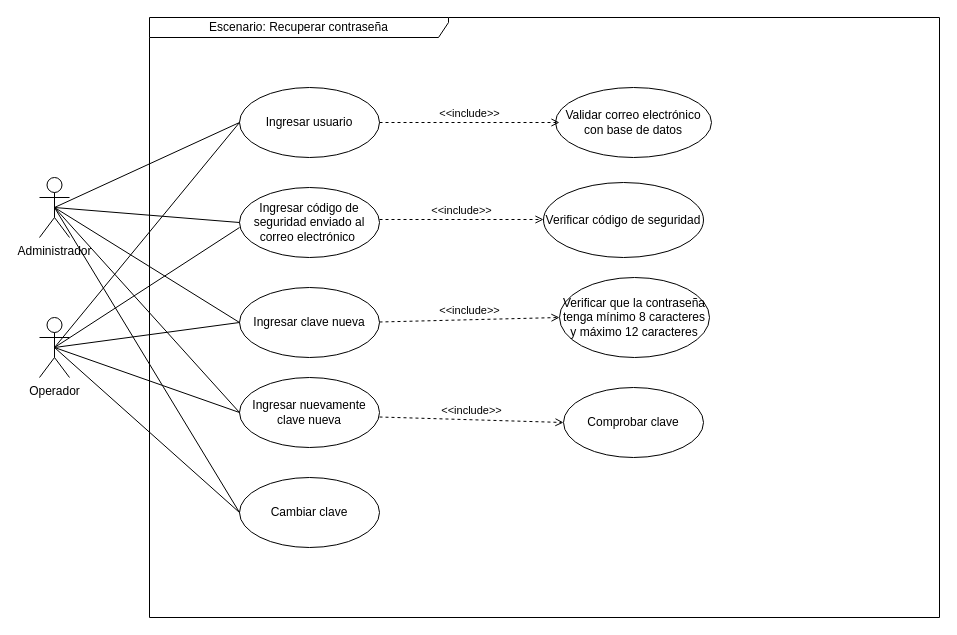
Before: page "Recuperar clave" (16 of 16) of documentacion/Untitled Diagram.drawio in nicasop/PROYECTO_INTEGRADOR_P58, a draw.io diagram. Source tidied: cells renumbered, new cells numbered last; positions are measured from the earlier drawing's top-left corner, leaving out a move shared by most shapes. Both pictures are drawn from the tidied source at 100%, with x=0, y=0 at pixel (39, 17).
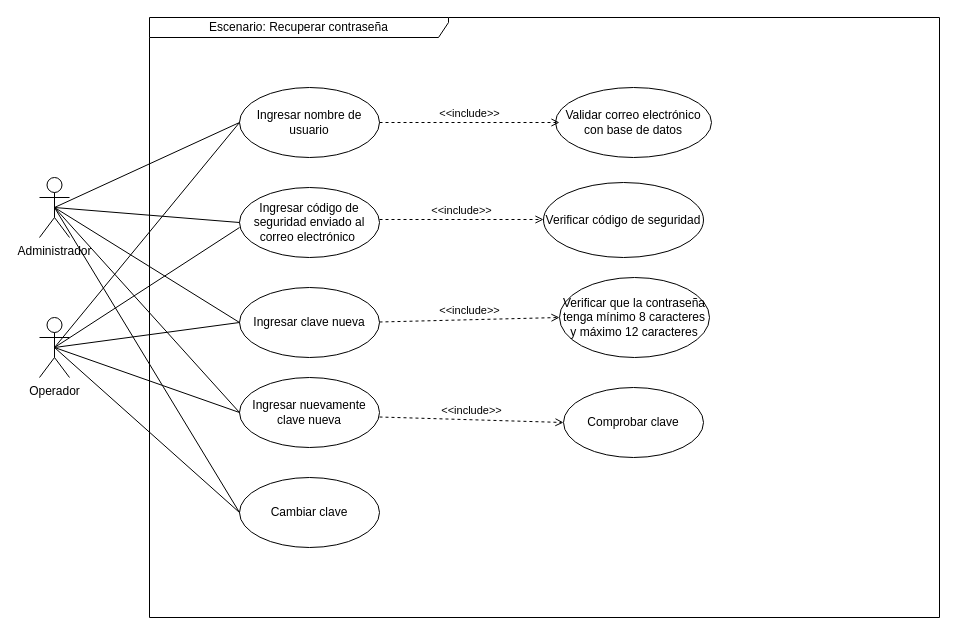
Above is the later version.

Commit message:
Diagrama de Casos Especifico.drawio

The edit, as a diff of the source:
```diff
@@
-    <mxCell id="4" value="Ingresar usuario" style="ellipse;whiteSpace=wrap;html=1;" parent="1" vertex="1">
+    <mxCell id="4" value="Ingresar nombre de usuario" style="ellipse;whiteSpace=wrap;html=1;" parent="1" vertex="1">
       <mxGeometry x="200" y="70" width="140" height="70" as="geometry" />
     </mxCell>
```
